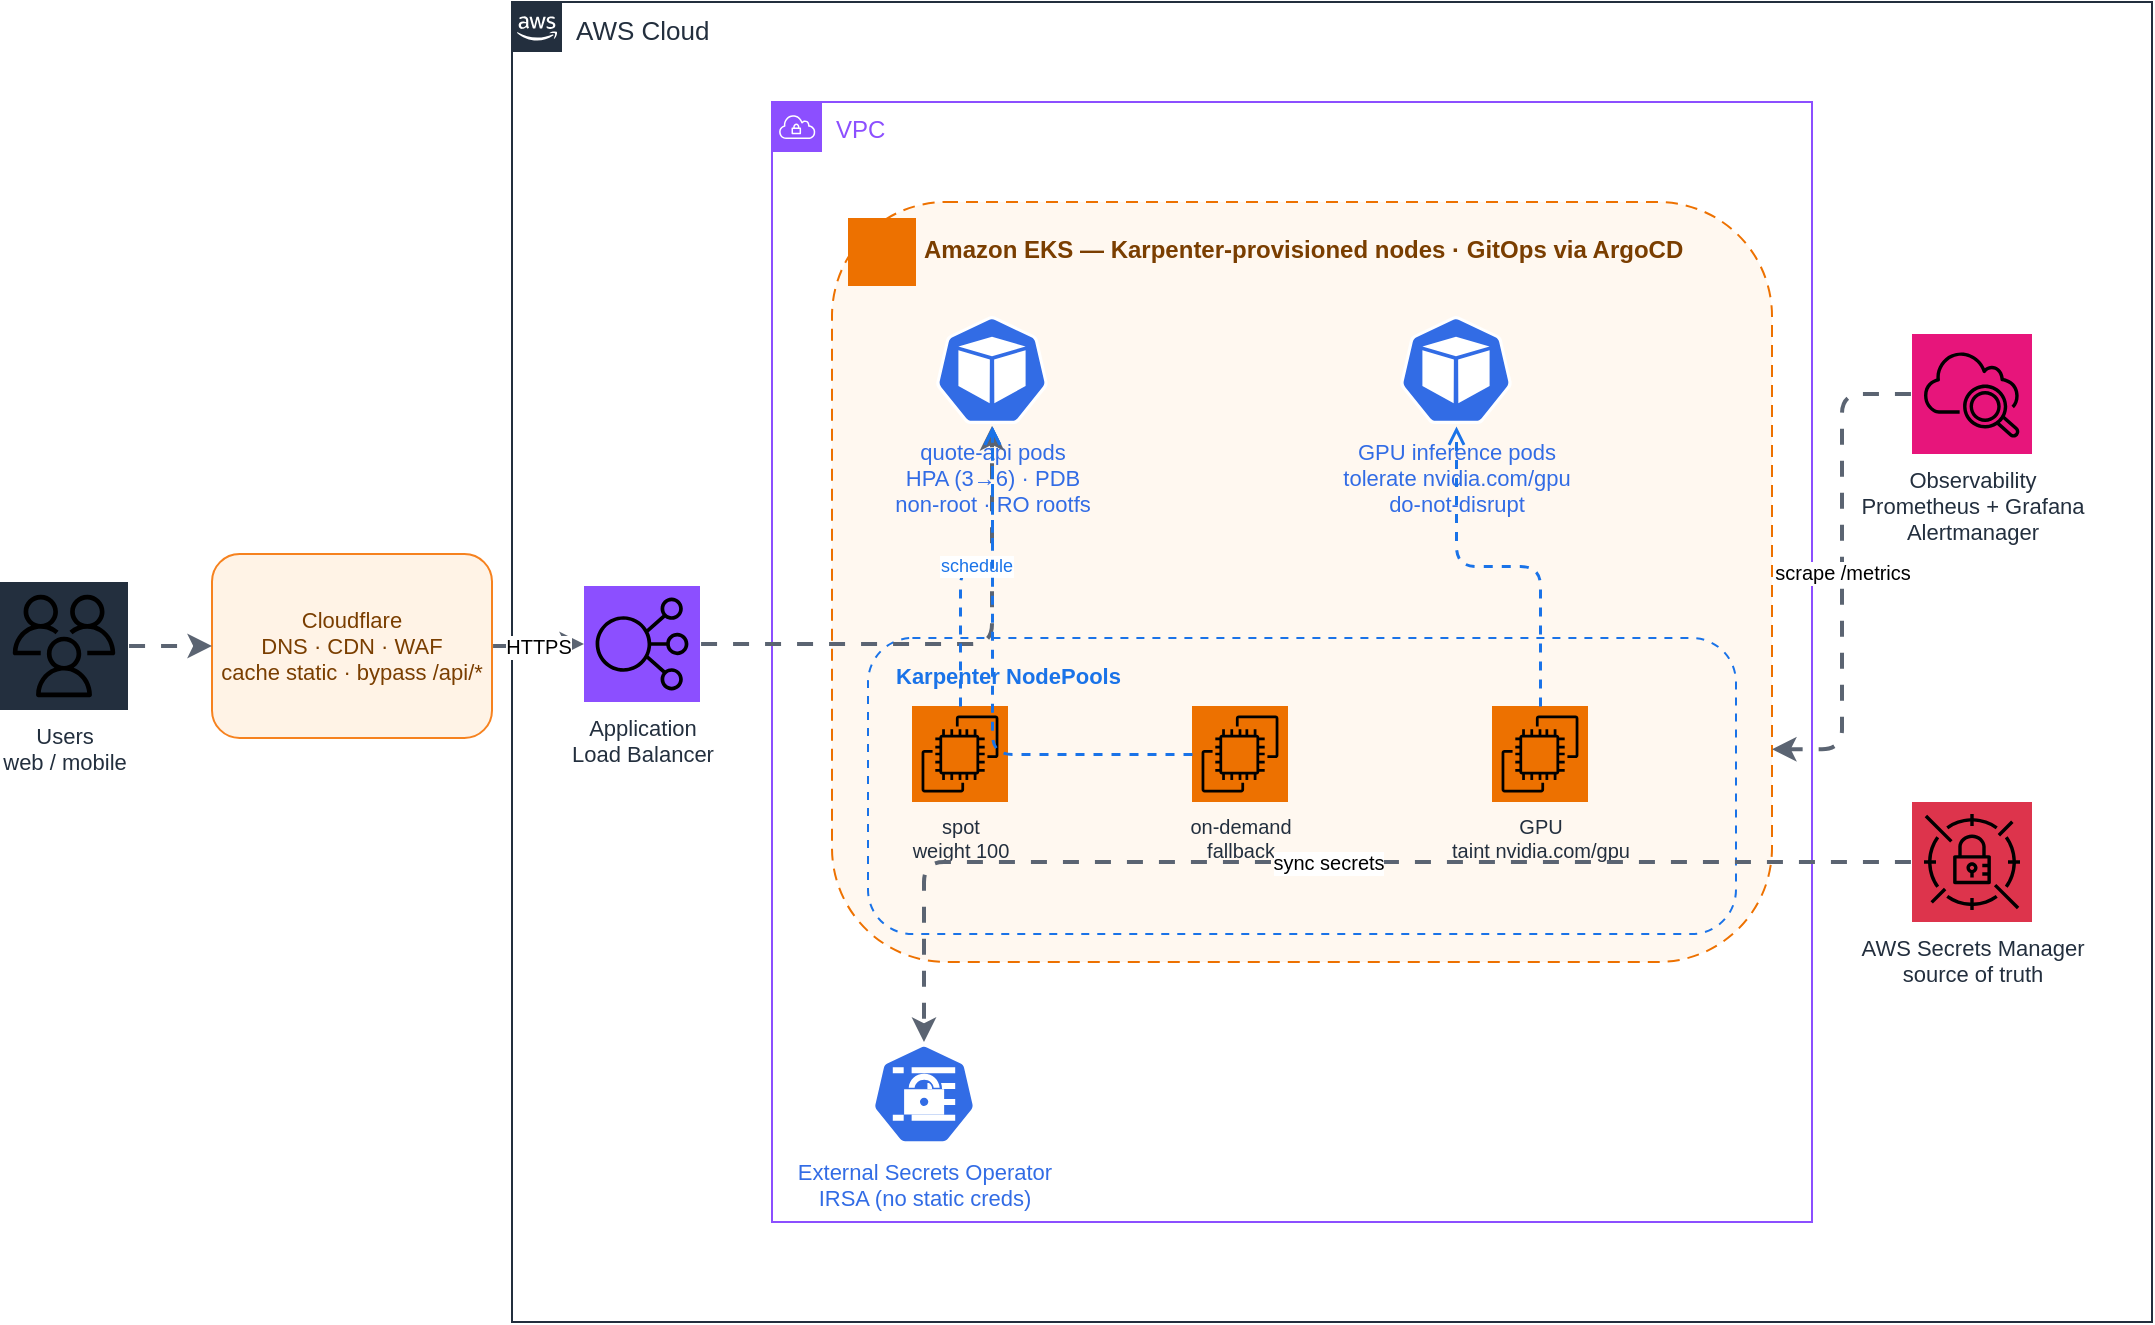
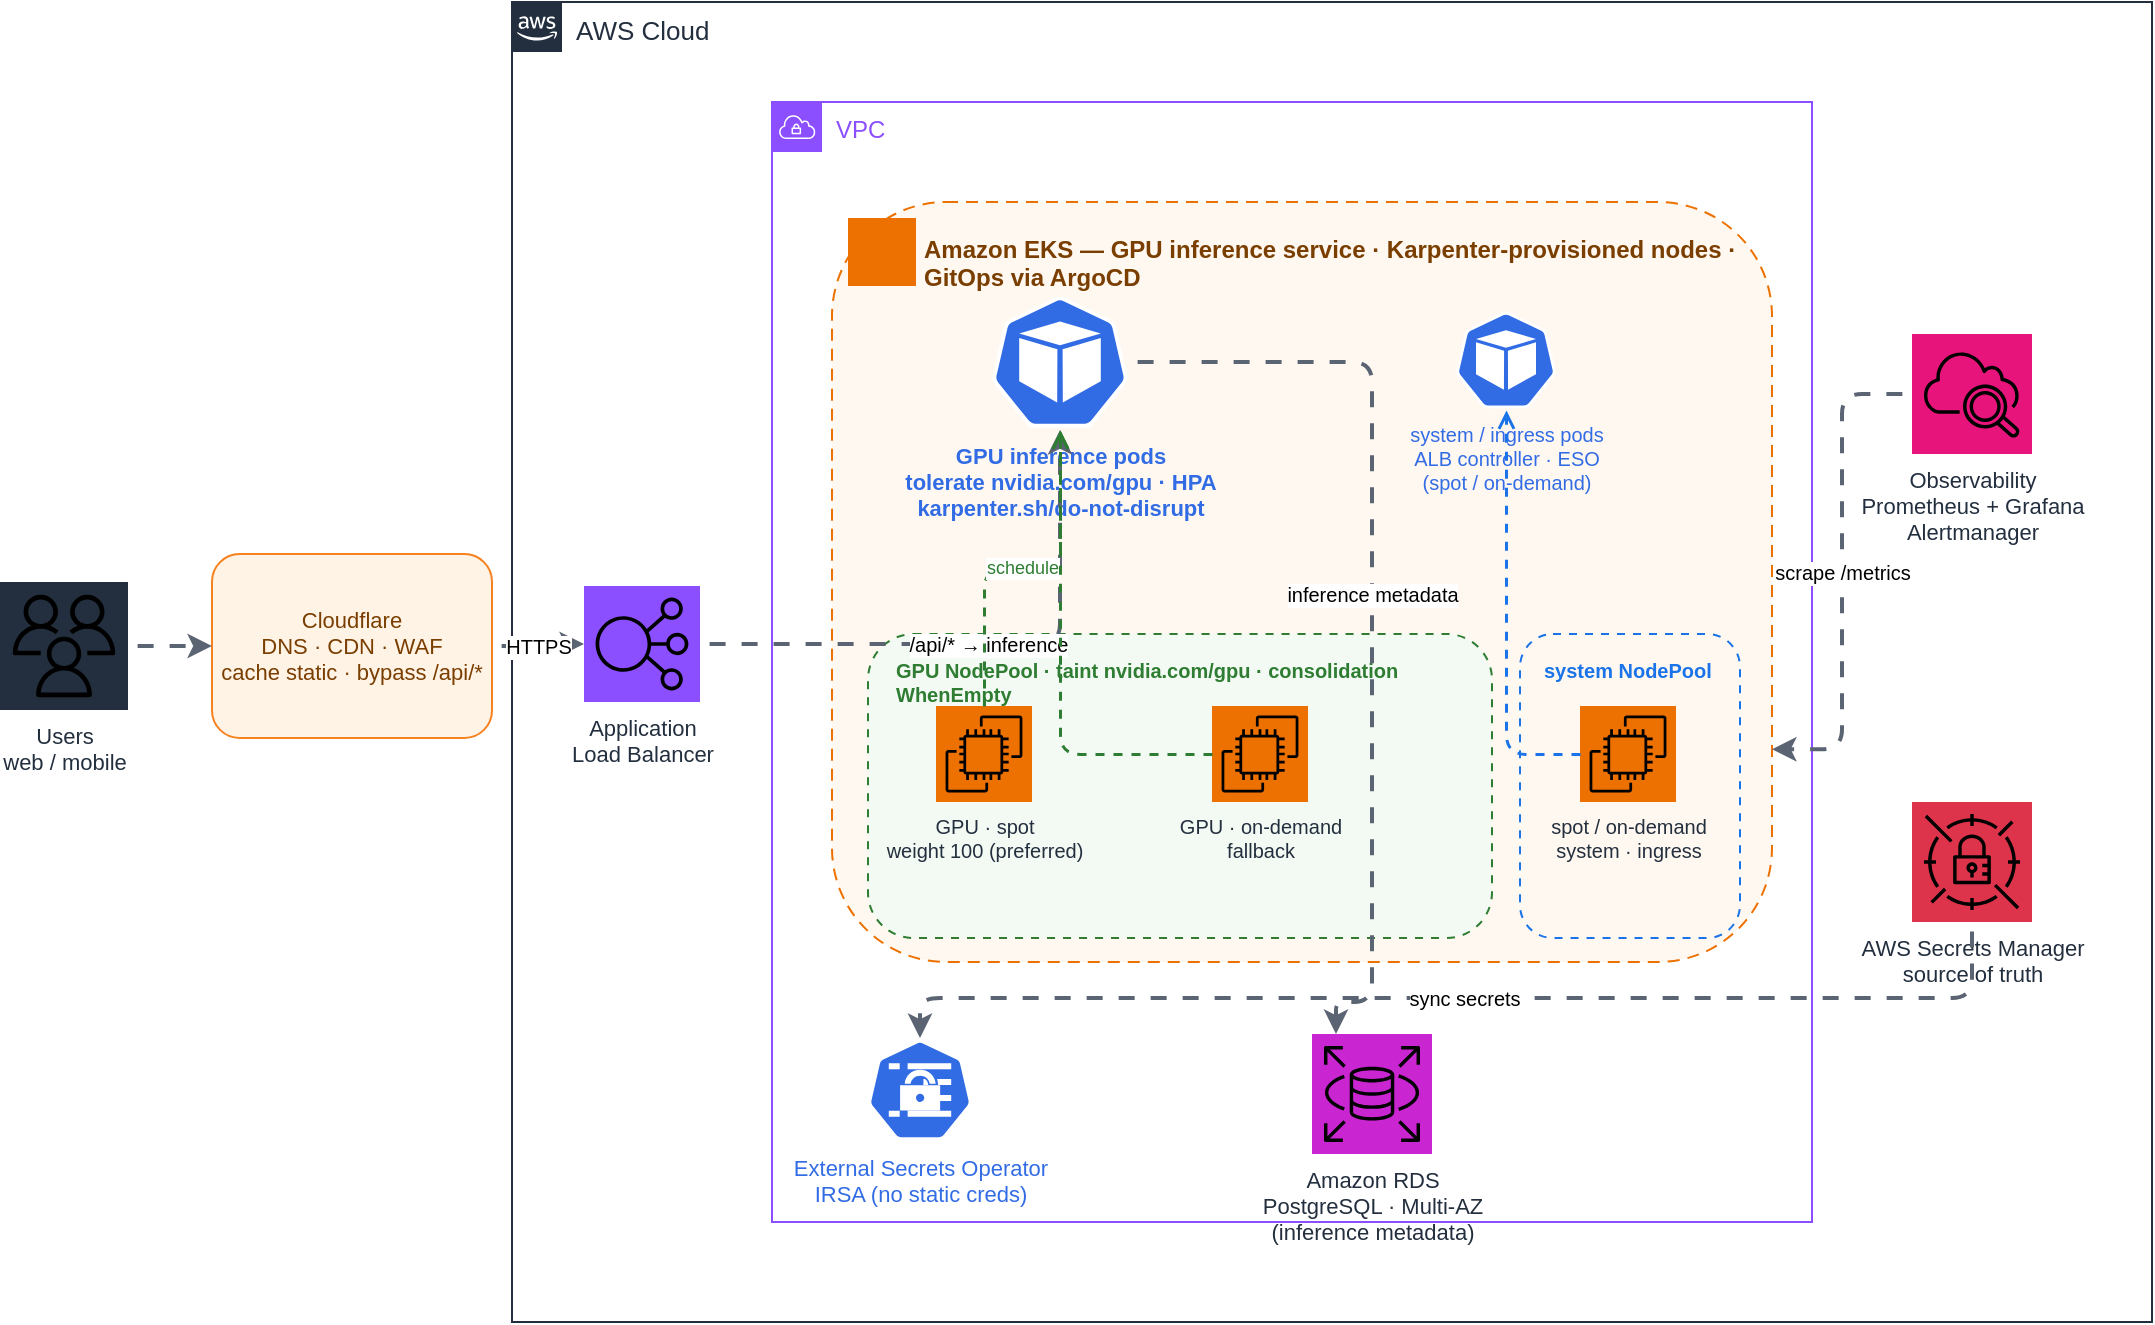
<mxfile host="app.diagrams.net" type="device">
  <diagram name="aws-production" id="aws-prod">
    <mxGraphModel dx="1400" dy="820" grid="0" gridSize="10" guides="1" tooltips="1" connect="1" arrows="1" fold="1" page="1" pageScale="1" pageWidth="1160" pageHeight="740" math="0" shadow="0">
      <root>
        <mxCell id="0"/>
        <mxCell id="1" parent="0"/>

        <mxCell id="awscloud" value="AWS Cloud" style="sketch=0;outlineConnect=0;gradientColor=none;html=1;whiteSpace=wrap;fontSize=13;fontStyle=0;container=0;pointerEvents=0;collapsible=0;recursiveResize=0;shape=mxgraph.aws4.group;grIcon=mxgraph.aws4.group_aws_cloud_alt;strokeColor=#232F3E;fillColor=none;verticalAlign=top;align=left;spacingLeft=30;fontColor=#232F3E;dashed=0;" vertex="1" parent="1"><mxGeometry x="300" y="40" width="820" height="660" as="geometry"/></mxCell>
        <mxCell id="vpc" value="VPC" style="sketch=0;outlineConnect=0;gradientColor=none;html=1;whiteSpace=wrap;fontSize=12;fontStyle=0;container=0;pointerEvents=0;collapsible=0;recursiveResize=0;shape=mxgraph.aws4.group;grIcon=mxgraph.aws4.group_vpc;strokeColor=#8C4FFF;fillColor=none;verticalAlign=top;align=left;spacingLeft=30;fontColor=#8C4FFF;dashed=0;" vertex="1" parent="1"><mxGeometry x="430" y="90" width="520" height="560" as="geometry"/></mxCell>
-         <mxCell id="eksgrp" value="Amazon EKS  —  Karpenter-provisioned nodes · GitOps via ArgoCD" style="rounded=1;whiteSpace=wrap;html=1;dashed=1;dashPattern=6 4;strokeColor=#ED7100;fillColor=#FFF8F0;verticalAlign=top;align=left;spacingLeft=44;spacingTop=10;fontSize=12;fontStyle=1;fontColor=#7A3E00;" vertex="1" parent="1"><mxGeometry x="460" y="140" width="470" height="380" as="geometry"/></mxCell>
-         <mxCell id="npgrp" value="Karpenter NodePools" style="rounded=1;whiteSpace=wrap;html=1;dashed=1;dashPattern=4 4;strokeColor=#1A73E8;fillColor=none;verticalAlign=top;align=left;spacingLeft=12;spacingTop=6;fontSize=11;fontStyle=1;fontColor=#1A73E8;" vertex="1" parent="1"><mxGeometry x="478" y="358" width="434" height="148" as="geometry"/></mxCell>
+         <mxCell id="eksgrp" value="Amazon EKS  —  GPU inference service · Karpenter-provisioned nodes · GitOps via ArgoCD" style="rounded=1;whiteSpace=wrap;html=1;dashed=1;dashPattern=6 4;strokeColor=#ED7100;fillColor=#FFF8F0;verticalAlign=top;align=left;spacingLeft=44;spacingTop=10;fontSize=12;fontStyle=1;fontColor=#7A3E00;" vertex="1" parent="1"><mxGeometry x="460" y="140" width="470" height="380" as="geometry"/></mxCell>
+         <mxCell id="npgpu" value="GPU NodePool  ·  taint nvidia.com/gpu  ·  consolidation WhenEmpty" style="rounded=1;whiteSpace=wrap;html=1;dashed=1;dashPattern=4 4;strokeColor=#2E7D32;fillColor=#F3FAF3;verticalAlign=top;align=left;spacingLeft=12;spacingTop=6;fontSize=10;fontStyle=1;fontColor=#2E7D32;" vertex="1" parent="1"><mxGeometry x="478" y="356" width="312" height="152" as="geometry"/></mxCell>
+         <mxCell id="npsysgrp" value="system NodePool" style="rounded=1;whiteSpace=wrap;html=1;dashed=1;dashPattern=4 4;strokeColor=#1A73E8;fillColor=none;verticalAlign=top;align=left;spacingLeft=10;spacingTop=6;fontSize=10;fontStyle=1;fontColor=#1A73E8;" vertex="1" parent="1"><mxGeometry x="804" y="356" width="110" height="152" as="geometry"/></mxCell>

        <mxCell id="ekshdr" style="sketch=0;outlineConnect=0;fontColor=#232F3E;gradientColor=none;fillColor=#ED7100;strokeColor=none;dashed=0;verticalLabelPosition=right;verticalAlign=middle;align=left;spacingLeft=4;html=1;fontSize=10;fontStyle=0;aspect=fixed;shape=mxgraph.aws4.resourceIcon;resIcon=mxgraph.aws4.elastic_kubernetes_service;" vertex="1" parent="1"><mxGeometry x="468" y="148" width="34" height="34" as="geometry"/></mxCell>

        <mxCell id="users" value="Users&#10;web / mobile" style="sketch=0;outlineConnect=0;fontColor=#232F3E;gradientColor=none;fillColor=#232F3E;strokeColor=none;dashed=0;verticalLabelPosition=bottom;verticalAlign=top;align=center;html=1;fontSize=11;fontStyle=0;aspect=fixed;shape=mxgraph.aws4.resourceIcon;resIcon=mxgraph.aws4.users;" vertex="1" parent="1"><mxGeometry x="44" y="330" width="64" height="64" as="geometry"/></mxCell>
        <mxCell id="cf" value="Cloudflare&#10;DNS · CDN · WAF&#10;cache static · bypass /api/*" style="rounded=1;whiteSpace=wrap;html=1;fillColor=#FFF3E6;strokeColor=#F6821F;fontColor=#7A3E00;fontSize=11;" vertex="1" parent="1"><mxGeometry x="150" y="316" width="140" height="92" as="geometry"/></mxCell>
- 
        <mxCell id="alb" value="Application&#10;Load Balancer" style="sketch=0;outlineConnect=0;fontColor=#232F3E;gradientColor=none;fillColor=#8C4FFF;strokeColor=none;dashed=0;verticalLabelPosition=bottom;verticalAlign=top;align=center;html=1;fontSize=11;fontStyle=0;aspect=fixed;shape=mxgraph.aws4.resourceIcon;resIcon=mxgraph.aws4.elastic_load_balancing;" vertex="1" parent="1"><mxGeometry x="336" y="332" width="58" height="58" as="geometry"/></mxCell>

-         <mxCell id="qa" value="quote-api pods&#10;HPA (3→6) · PDB&#10;non-root · RO rootfs" style="sketch=0;outlineConnect=0;fontColor=#326CE5;gradientColor=none;fillColor=#326CE5;strokeColor=none;dashed=0;verticalLabelPosition=bottom;verticalAlign=top;align=center;html=1;fontSize=11;fontStyle=0;aspect=fixed;shape=mxgraph.kubernetes.icon;prIcon=pod;" vertex="1" parent="1"><mxGeometry x="512" y="196" width="56" height="56" as="geometry"/></mxCell>
-         <mxCell id="gpu" value="GPU inference pods&#10;tolerate nvidia.com/gpu&#10;do-not-disrupt" style="sketch=0;outlineConnect=0;fontColor=#326CE5;gradientColor=none;fillColor=#326CE5;strokeColor=none;dashed=0;verticalLabelPosition=bottom;verticalAlign=top;align=center;html=1;fontSize=11;fontStyle=0;aspect=fixed;shape=mxgraph.kubernetes.icon;prIcon=pod;" vertex="1" parent="1"><mxGeometry x="744" y="196" width="56" height="56" as="geometry"/></mxCell>
+         <mxCell id="infer" value="GPU inference pods&#10;tolerate nvidia.com/gpu · HPA&#10;karpenter.sh/do-not-disrupt" style="sketch=0;outlineConnect=0;fontColor=#326CE5;gradientColor=none;fillColor=#326CE5;strokeColor=none;dashed=0;verticalLabelPosition=bottom;verticalAlign=top;align=center;html=1;fontSize=11;fontStyle=1;aspect=fixed;shape=mxgraph.kubernetes.icon;prIcon=pod;" vertex="1" parent="1"><mxGeometry x="540" y="186" width="68" height="68" as="geometry"/></mxCell>
+         <mxCell id="sys" value="system / ingress pods&#10;ALB controller · ESO&#10;(spot / on-demand)" style="sketch=0;outlineConnect=0;fontColor=#326CE5;gradientColor=none;fillColor=#326CE5;strokeColor=none;dashed=0;verticalLabelPosition=bottom;verticalAlign=top;align=center;html=1;fontSize=10;fontStyle=0;aspect=fixed;shape=mxgraph.kubernetes.icon;prIcon=pod;" vertex="1" parent="1"><mxGeometry x="772" y="194" width="50" height="50" as="geometry"/></mxCell>

-         <mxCell id="ec2spot" value="spot&#10;weight 100" style="sketch=0;outlineConnect=0;fontColor=#232F3E;gradientColor=none;fillColor=#ED7100;strokeColor=none;dashed=0;verticalLabelPosition=bottom;verticalAlign=top;align=center;html=1;fontSize=10;fontStyle=0;aspect=fixed;shape=mxgraph.aws4.resourceIcon;resIcon=mxgraph.aws4.ec2;" vertex="1" parent="1"><mxGeometry x="500" y="392" width="48" height="48" as="geometry"/></mxCell>
-         <mxCell id="ec2od" value="on-demand&#10;fallback" style="sketch=0;outlineConnect=0;fontColor=#232F3E;gradientColor=none;fillColor=#ED7100;strokeColor=none;dashed=0;verticalLabelPosition=bottom;verticalAlign=top;align=center;html=1;fontSize=10;fontStyle=0;aspect=fixed;shape=mxgraph.aws4.resourceIcon;resIcon=mxgraph.aws4.ec2;" vertex="1" parent="1"><mxGeometry x="640" y="392" width="48" height="48" as="geometry"/></mxCell>
-         <mxCell id="ec2gpu" value="GPU&#10;taint nvidia.com/gpu" style="sketch=0;outlineConnect=0;fontColor=#232F3E;gradientColor=none;fillColor=#ED7100;strokeColor=none;dashed=0;verticalLabelPosition=bottom;verticalAlign=top;align=center;html=1;fontSize=10;fontStyle=0;aspect=fixed;shape=mxgraph.aws4.resourceIcon;resIcon=mxgraph.aws4.ec2;" vertex="1" parent="1"><mxGeometry x="790" y="392" width="48" height="48" as="geometry"/></mxCell>
+         <mxCell id="npgpuspot" value="GPU · spot&#10;weight 100 (preferred)" style="sketch=0;outlineConnect=0;fontColor=#232F3E;gradientColor=none;fillColor=#ED7100;strokeColor=none;dashed=0;verticalLabelPosition=bottom;verticalAlign=top;align=center;html=1;fontSize=10;fontStyle=0;aspect=fixed;shape=mxgraph.aws4.resourceIcon;resIcon=mxgraph.aws4.ec2;" vertex="1" parent="1"><mxGeometry x="512" y="392" width="48" height="48" as="geometry"/></mxCell>
+         <mxCell id="npgpuod" value="GPU · on-demand&#10;fallback" style="sketch=0;outlineConnect=0;fontColor=#232F3E;gradientColor=none;fillColor=#ED7100;strokeColor=none;dashed=0;verticalLabelPosition=bottom;verticalAlign=top;align=center;html=1;fontSize=10;fontStyle=0;aspect=fixed;shape=mxgraph.aws4.resourceIcon;resIcon=mxgraph.aws4.ec2;" vertex="1" parent="1"><mxGeometry x="650" y="392" width="48" height="48" as="geometry"/></mxCell>
+         <mxCell id="npsys" value="spot / on-demand&#10;system · ingress" style="sketch=0;outlineConnect=0;fontColor=#232F3E;gradientColor=none;fillColor=#ED7100;strokeColor=none;dashed=0;verticalLabelPosition=bottom;verticalAlign=top;align=center;html=1;fontSize=10;fontStyle=0;aspect=fixed;shape=mxgraph.aws4.resourceIcon;resIcon=mxgraph.aws4.ec2;" vertex="1" parent="1"><mxGeometry x="834" y="392" width="48" height="48" as="geometry"/></mxCell>

-         <mxCell id="eso" value="External Secrets Operator&#10;IRSA (no static creds)" style="sketch=0;outlineConnect=0;fontColor=#326CE5;gradientColor=none;fillColor=#326CE5;strokeColor=none;dashed=0;verticalLabelPosition=bottom;verticalAlign=top;align=center;html=1;fontSize=11;fontStyle=0;aspect=fixed;shape=mxgraph.kubernetes.icon;prIcon=secret;" vertex="1" parent="1"><mxGeometry x="480" y="560" width="52" height="52" as="geometry"/></mxCell>
+         <mxCell id="eso" value="External Secrets Operator&#10;IRSA (no static creds)" style="sketch=0;outlineConnect=0;fontColor=#326CE5;gradientColor=none;fillColor=#326CE5;strokeColor=none;dashed=0;verticalLabelPosition=bottom;verticalAlign=top;align=center;html=1;fontSize=11;fontStyle=0;aspect=fixed;shape=mxgraph.kubernetes.icon;prIcon=secret;" vertex="1" parent="1"><mxGeometry x="478" y="558" width="52" height="52" as="geometry"/></mxCell>
+         <mxCell id="rds" value="Amazon RDS&#10;PostgreSQL · Multi-AZ&#10;(inference metadata)" style="sketch=0;outlineConnect=0;fontColor=#232F3E;gradientColor=none;fillColor=#C925D1;strokeColor=none;dashed=0;verticalLabelPosition=bottom;verticalAlign=top;align=center;html=1;fontSize=11;fontStyle=0;aspect=fixed;shape=mxgraph.aws4.resourceIcon;resIcon=mxgraph.aws4.rds;" vertex="1" parent="1"><mxGeometry x="700" y="556" width="60" height="60" as="geometry"/></mxCell>

        <mxCell id="cw" value="Observability&#10;Prometheus + Grafana&#10;Alertmanager" style="sketch=0;outlineConnect=0;fontColor=#232F3E;gradientColor=none;fillColor=#E7157B;strokeColor=none;dashed=0;verticalLabelPosition=bottom;verticalAlign=top;align=center;html=1;fontSize=11;fontStyle=0;aspect=fixed;shape=mxgraph.aws4.resourceIcon;resIcon=mxgraph.aws4.cloudwatch_2;" vertex="1" parent="1"><mxGeometry x="1000" y="206" width="60" height="60" as="geometry"/></mxCell>
        <mxCell id="sm" value="AWS Secrets Manager&#10;source of truth" style="sketch=0;outlineConnect=0;fontColor=#232F3E;gradientColor=none;fillColor=#DD344C;strokeColor=none;dashed=0;verticalLabelPosition=bottom;verticalAlign=top;align=center;html=1;fontSize=11;fontStyle=0;aspect=fixed;shape=mxgraph.aws4.resourceIcon;resIcon=mxgraph.aws4.secrets_manager;" vertex="1" parent="1"><mxGeometry x="1000" y="440" width="60" height="60" as="geometry"/></mxCell>

        <mxCell id="e1" style="edgeStyle=orthogonalEdgeStyle;rounded=1;html=1;flowAnimation=1;strokeColor=#5B6472;strokeWidth=2;endArrow=classic;endFill=1;" edge="1" parent="1" source="users" target="cf"><mxGeometry relative="1" as="geometry"/></mxCell>
        <mxCell id="e2" value="HTTPS" style="edgeStyle=orthogonalEdgeStyle;rounded=1;html=1;flowAnimation=1;strokeColor=#5B6472;strokeWidth=2;endArrow=classic;endFill=1;fontSize=10;" edge="1" parent="1" source="cf" target="alb"><mxGeometry relative="1" as="geometry"/></mxCell>
-         <mxCell id="e3" style="edgeStyle=orthogonalEdgeStyle;rounded=1;html=1;flowAnimation=1;strokeColor=#5B6472;strokeWidth=2;endArrow=classic;endFill=1;" edge="1" parent="1" source="alb" target="qa"><mxGeometry relative="1" as="geometry"/></mxCell>
-         <mxCell id="e4" value="schedule" style="edgeStyle=orthogonalEdgeStyle;rounded=1;html=1;dashed=1;strokeColor=#1A73E8;strokeWidth=1.5;endArrow=open;fontSize=9;fontColor=#1A73E8;" edge="1" parent="1" source="ec2spot" target="qa"><mxGeometry relative="1" as="geometry"/></mxCell>
-         <mxCell id="e5" style="edgeStyle=orthogonalEdgeStyle;rounded=1;html=1;dashed=1;strokeColor=#1A73E8;strokeWidth=1.5;endArrow=open;" edge="1" parent="1" source="ec2od" target="qa"><mxGeometry relative="1" as="geometry"/></mxCell>
-         <mxCell id="e6" style="edgeStyle=orthogonalEdgeStyle;rounded=1;html=1;dashed=1;strokeColor=#1A73E8;strokeWidth=1.5;endArrow=open;" edge="1" parent="1" source="ec2gpu" target="gpu"><mxGeometry relative="1" as="geometry"/></mxCell>
+         <mxCell id="e3" value="/api/* → inference" style="edgeStyle=orthogonalEdgeStyle;rounded=1;html=1;flowAnimation=1;strokeColor=#5B6472;strokeWidth=2;endArrow=classic;endFill=1;fontSize=10;" edge="1" parent="1" source="alb" target="infer"><mxGeometry relative="1" as="geometry"/></mxCell>
+         <mxCell id="e4" value="schedule" style="edgeStyle=orthogonalEdgeStyle;rounded=1;html=1;dashed=1;strokeColor=#2E7D32;strokeWidth=1.5;endArrow=open;fontSize=9;fontColor=#2E7D32;" edge="1" parent="1" source="npgpuspot" target="infer"><mxGeometry relative="1" as="geometry"/></mxCell>
+         <mxCell id="e5" style="edgeStyle=orthogonalEdgeStyle;rounded=1;html=1;dashed=1;strokeColor=#2E7D32;strokeWidth=1.5;endArrow=open;" edge="1" parent="1" source="npgpuod" target="infer"><mxGeometry relative="1" as="geometry"/></mxCell>
+         <mxCell id="e6" style="edgeStyle=orthogonalEdgeStyle;rounded=1;html=1;dashed=1;strokeColor=#1A73E8;strokeWidth=1.5;endArrow=open;" edge="1" parent="1" source="npsys" target="sys"><mxGeometry relative="1" as="geometry"/></mxCell>
+         <mxCell id="e7" value="inference metadata" style="edgeStyle=orthogonalEdgeStyle;rounded=1;html=1;flowAnimation=1;strokeColor=#5B6472;strokeWidth=2;endArrow=classic;endFill=1;fontSize=10;exitX=1;exitY=0.5;exitDx=0;exitDy=0;entryX=0.2;entryY=0;entryDx=0;entryDy=0;" edge="1" parent="1" source="infer" target="rds"><mxGeometry relative="1" as="geometry"><Array as="points"><mxPoint x="730" y="220"/><mxPoint x="730" y="540"/></Array></mxGeometry></mxCell>
        <mxCell id="e8" value="scrape /metrics" style="edgeStyle=orthogonalEdgeStyle;rounded=1;html=1;flowAnimation=1;strokeColor=#5B6472;strokeWidth=2;endArrow=classic;endFill=1;fontSize=10;entryX=1;entryY=0.72;entryDx=0;entryDy=0;" edge="1" parent="1" source="cw" target="eksgrp"><mxGeometry relative="1" as="geometry"/></mxCell>
-         <mxCell id="e9" value="sync secrets" style="edgeStyle=orthogonalEdgeStyle;rounded=1;html=1;flowAnimation=1;strokeColor=#5B6472;strokeWidth=2;endArrow=classic;endFill=1;fontSize=10;" edge="1" parent="1" source="sm" target="eso"><mxGeometry relative="1" as="geometry"/></mxCell>
+         <mxCell id="e9" value="sync secrets" style="edgeStyle=orthogonalEdgeStyle;rounded=1;html=1;flowAnimation=1;strokeColor=#5B6472;strokeWidth=2;endArrow=classic;endFill=1;fontSize=10;exitX=0.5;exitY=1;exitDx=0;exitDy=0;entryX=0.5;entryY=0;entryDx=0;entryDy=0;" edge="1" parent="1" source="sm" target="eso"><mxGeometry relative="1" as="geometry"><Array as="points"><mxPoint x="1030" y="538"/><mxPoint x="504" y="538"/></Array></mxGeometry></mxCell>
      </root>
    </mxGraphModel>
  </diagram>
</mxfile>
